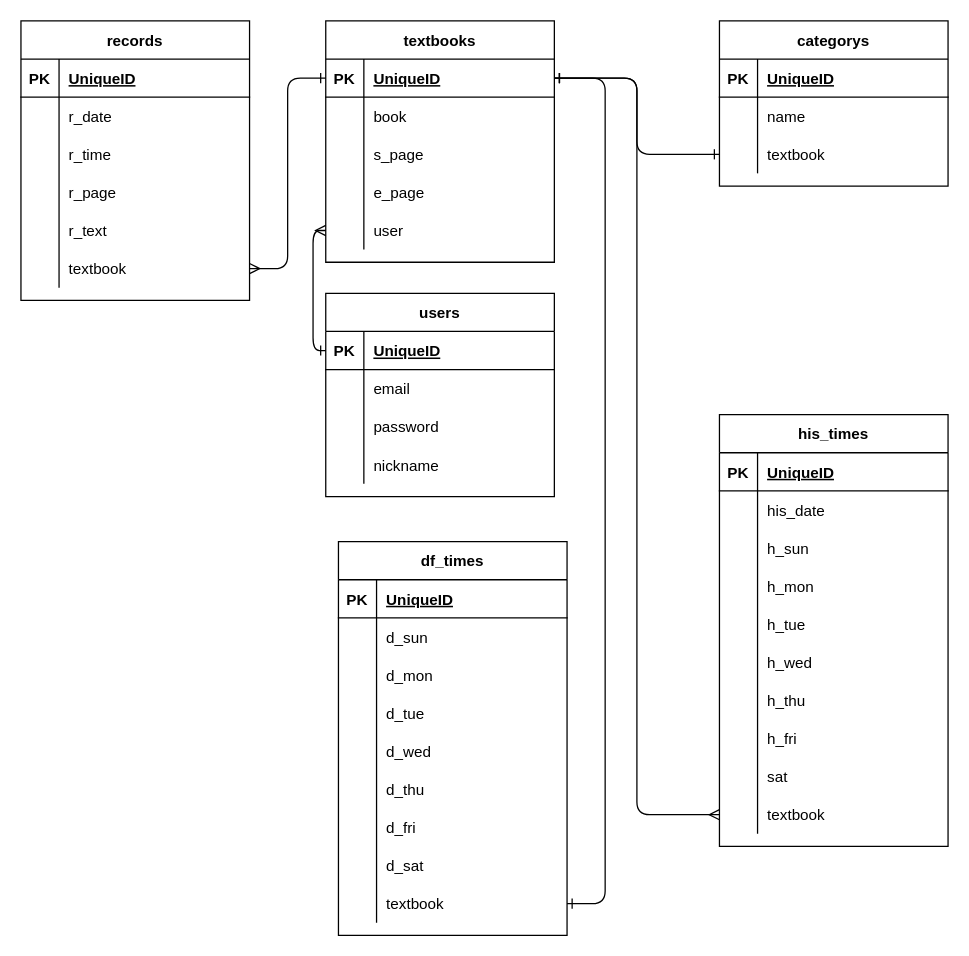
The draw.io diagram database.dio in MashiKimura/learning, before the edit. Source tidied: cells renumbered, new cells numbered last; positions are measured from the earlier drawing's top-left corner, leaving out a move shared by most shapes. Both pictures are drawn from the tidied source at 127%, with x=0, y=0 at pixel (20, 20).
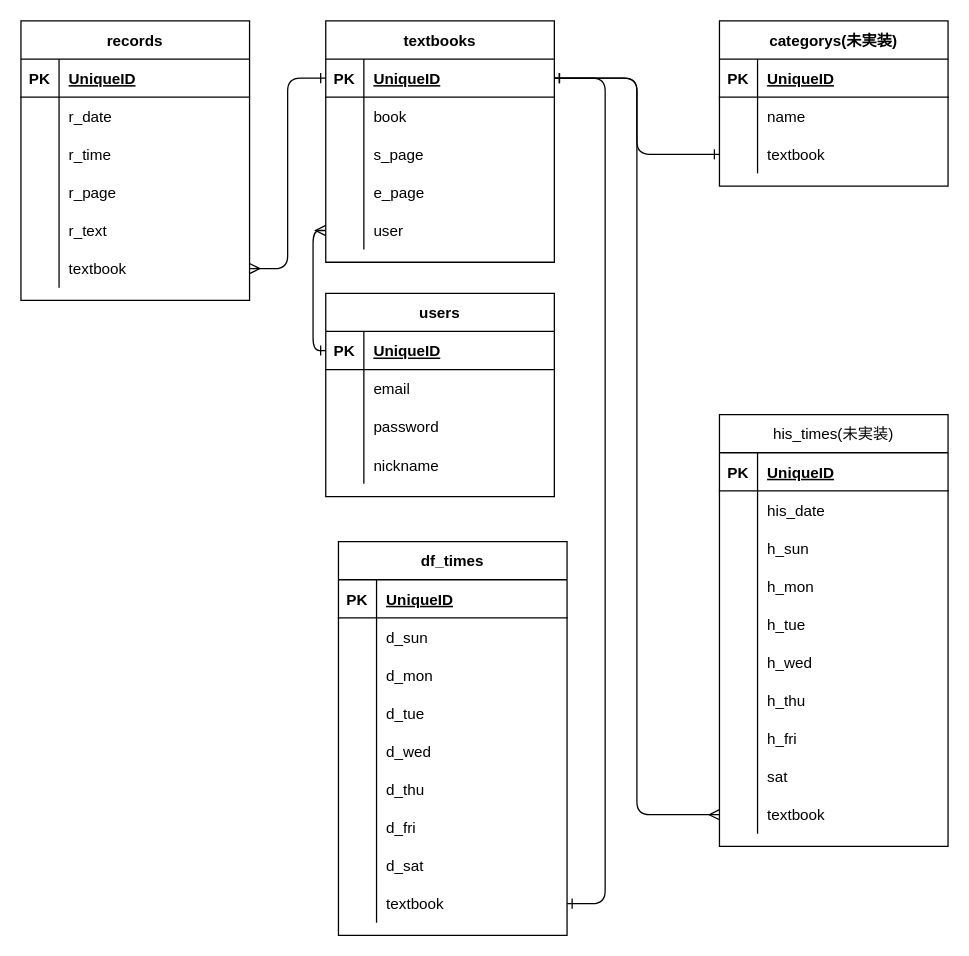
The same page after the edit.

Change to the diagram source:
```diff
@@
-    <mxCell id="79" value="categorys" style="shape=table;startSize=30;childLayout=tableLayout;rowLines=0;fontStyle=1;align=center;" parent="1" vertex="1">
+    <mxCell id="79" value="categorys(未実装)" style="shape=table;startSize=30;childLayout=tableLayout;rowLines=0;fontStyle=1;align=center;" parent="1" vertex="1">
       <mxGeometry x="550" width="180" height="130" as="geometry" />
     </mxCell>
@@
-    <mxCell id="91" value="his_times" style="shape=table;startSize=30;childLayout=tableLayout;rowLines=0;fontStyle=1;align=center;" parent="1" vertex="1">
+    <mxCell id="91" value="his_times(未実装)" style="shape=table;startSize=30;childLayout=tableLayout;rowLines=0;fontStyle=0;align=center;" parent="1" vertex="1">
       <mxGeometry x="550" y="310" width="180" height="340" as="geometry" />
     </mxCell>
```
